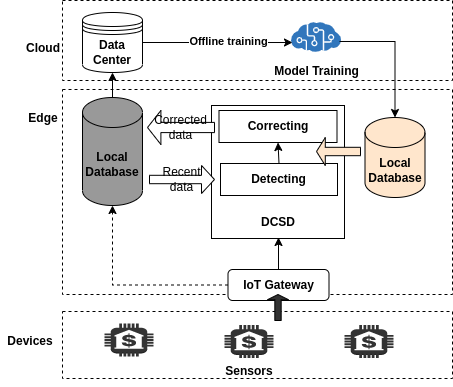
The draw.io diagram SRC/figures/Untitled Diagram-initialwork.drawio.png in loglamo/lightweight_lb_edgecomputing, before a commit. Source tidied: cells renumbered, new cells last; positions are measured from the earlier drawing's top-left corner, leaving out a move shared by most shapes.
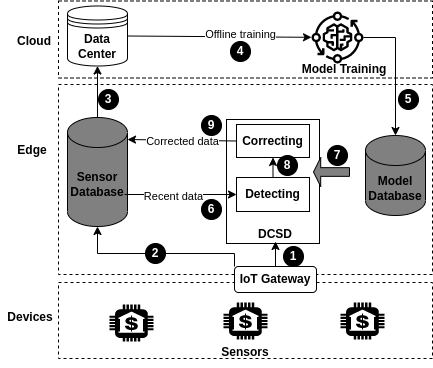
The same diagram one commit later.

The edit, as a diff of the source:
```diff
@@ -2,100 +2,137 @@
   <root>
     <mxCell id="0" />
     <mxCell id="1" parent="0" />
-    <mxCell id="2" style="rounded=0;whiteSpace=wrap;html=1;strokeColor=#000000;fillColor=#FFFFFF;gradientColor=none;dashed=1;" parent="1" vertex="1">
-      <mxGeometry x="62" width="390" height="80" as="geometry" />
-    </mxCell>
-    <mxCell id="3" style="rounded=0;whiteSpace=wrap;html=1;strokeColor=#000000;fillColor=#FFFFFF;gradientColor=none;dashed=1;" parent="1" vertex="1">
-      <mxGeometry x="62" y="89" width="390" height="205" as="geometry" />
-    </mxCell>
-    <mxCell id="4" style="rounded=0;whiteSpace=wrap;html=1;strokeColor=#000000;fillColor=#FFFFFF;gradientColor=none;dashed=1;" parent="1" vertex="1">
-      <mxGeometry x="62" y="311" width="390" height="67" as="geometry" />
-    </mxCell>
-    <mxCell id="5" value="&lt;b&gt;Data Center&lt;/b&gt;" style="shape=datastore;whiteSpace=wrap;html=1;strokeColor=#000000;fillColor=#FFFFFF;gradientColor=none;" parent="1" vertex="1">
-      <mxGeometry x="82" y="12" width="60" height="60" as="geometry" />
-    </mxCell>
-    <mxCell id="6" value="&lt;b&gt;Model Training&lt;/b&gt;" style="text;html=1;strokeColor=none;fillColor=none;align=center;verticalAlign=middle;whiteSpace=wrap;rounded=0;" parent="1" vertex="1">
-      <mxGeometry x="265.5" y="56" width="101" height="30" as="geometry" />
-    </mxCell>
+    <mxCell id="33" style="rounded=0;whiteSpace=wrap;html=1;strokeColor=#000000;fillColor=#FFFFFF;dashed=1;" parent="1" vertex="1">
+      <mxGeometry x="94" y="-16.5" width="374" height="77" as="geometry" />
+    </mxCell>
+    <mxCell id="34" style="rounded=0;whiteSpace=wrap;html=1;strokeColor=#000000;fillColor=#FFFFFF;dashed=1;" parent="1" vertex="1">
+      <mxGeometry x="94" y="265" width="374" height="76" as="geometry" />
+    </mxCell>
+    <mxCell id="35" style="rounded=0;whiteSpace=wrap;html=1;strokeColor=#000000;fillColor=#FFFFFF;dashed=1;" parent="1" vertex="1">
+      <mxGeometry x="94" y="67" width="374" height="190" as="geometry" />
+    </mxCell>
-    <mxCell id="7" value="&lt;b&gt;Cloud&lt;/b&gt;" style="text;html=1;strokeColor=none;fillColor=none;align=center;verticalAlign=middle;whiteSpace=wrap;rounded=0;" parent="1" vertex="1">
-      <mxGeometry x="13" y="33" width="60" height="30" as="geometry" />
+    <mxCell id="7" value="&lt;b&gt;Cloud&lt;/b&gt;" style="text;html=1;strokeColor=none;fillColor=none;align=center;verticalAlign=middle;whiteSpace=wrap;rounded=0;dashed=1;" parent="1" vertex="1">
+      <mxGeometry x="40" y="9" width="60" height="30" as="geometry" />
     </mxCell>
-    <mxCell id="8" value="&lt;b&gt;Edge&lt;/b&gt;" style="text;html=1;strokeColor=none;fillColor=none;align=center;verticalAlign=middle;whiteSpace=wrap;rounded=0;" parent="1" vertex="1">
-      <mxGeometry x="13" y="103" width="60" height="30" as="geometry" />
+    <mxCell id="8" value="&lt;b&gt;Edge&lt;/b&gt;" style="text;html=1;strokeColor=none;fillColor=none;align=center;verticalAlign=middle;whiteSpace=wrap;rounded=0;dashed=1;" parent="1" vertex="1">
+      <mxGeometry x="38" y="118" width="60" height="30" as="geometry" />
     </mxCell>
-    <mxCell id="9" value="&lt;b&gt;Devices&lt;/b&gt;" style="text;html=1;strokeColor=none;fillColor=none;align=center;verticalAlign=middle;whiteSpace=wrap;rounded=0;" parent="1" vertex="1">
-      <mxGeometry y="326" width="60" height="30" as="geometry" />
+    <mxCell id="9" value="&lt;b&gt;Devices&lt;/b&gt;" style="text;html=1;strokeColor=none;fillColor=none;align=center;verticalAlign=middle;whiteSpace=wrap;rounded=0;dashed=1;" parent="1" vertex="1">
+      <mxGeometry x="36" y="285" width="60" height="30" as="geometry" />
     </mxCell>
-    <mxCell id="10" value="&lt;b&gt;Local Database&lt;/b&gt;" style="shape=cylinder3;whiteSpace=wrap;html=1;boundedLbl=1;backgroundOutline=1;size=15;strokeColor=#000000;fillColor=#999999;gradientColor=none;" parent="1" vertex="1">
-      <mxGeometry x="82" y="97" width="60" height="108" as="geometry" />
-    </mxCell>
-    <mxCell id="11" style="whiteSpace=wrap;html=1;strokeColor=#000000;fillColor=#FFFFFF;gradientColor=none;" parent="1" vertex="1">
-      <mxGeometry x="211" y="105" width="133" height="133" as="geometry" />
-    </mxCell>
-    <mxCell id="12" value="&lt;b&gt;Local Database&lt;/b&gt;" style="shape=cylinder3;whiteSpace=wrap;html=1;boundedLbl=1;backgroundOutline=1;size=15;strokeColor=#000000;fillColor=#FFE6CC;gradientColor=none;" parent="1" vertex="1">
-      <mxGeometry x="364.5" y="117" width="60" height="80" as="geometry" />
-    </mxCell>
+    <mxCell id="36" value="&lt;b&gt;Sensor Database&lt;/b&gt;" style="shape=cylinder3;whiteSpace=wrap;html=1;boundedLbl=1;backgroundOutline=1;size=15;strokeColor=#000000;fillColor=#808080;" parent="1" vertex="1">
+      <mxGeometry x="103" y="100" width="60" height="109" as="geometry" />
+    </mxCell>
+    <mxCell id="37" value="&lt;b&gt;Model Database&lt;/b&gt;" style="shape=cylinder3;whiteSpace=wrap;html=1;boundedLbl=1;backgroundOutline=1;size=15;strokeColor=#000000;fillColor=#808080;" parent="1" vertex="1">
+      <mxGeometry x="401" y="118" width="60" height="80" as="geometry" />
+    </mxCell>
+    <mxCell id="5" value="&lt;b&gt;Data Center&lt;/b&gt;" style="shape=datastore;whiteSpace=wrap;html=1;strokeColor=#000000;fillColor=#FFFFFF;" parent="1" vertex="1">
+      <mxGeometry x="103" y="-11.5" width="60" height="60" as="geometry" />
+    </mxCell>
+    <mxCell id="38" style="rounded=0;whiteSpace=wrap;html=1;strokeColor=#000000;fillColor=#FFFFFF;" parent="1" vertex="1">
+      <mxGeometry x="262" y="102" width="93" height="124" as="geometry" />
+    </mxCell>
-    <mxCell id="13" value="&lt;b&gt;Correcting&lt;/b&gt;" style="rounded=0;whiteSpace=wrap;html=1;strokeColor=#000000;fillColor=#FFFFFF;gradientColor=none;" parent="1" vertex="1">
-      <mxGeometry x="218.5" y="110" width="118" height="32" as="geometry" />
+    <mxCell id="13" value="&lt;b&gt;Correcting&lt;/b&gt;" style="rounded=0;whiteSpace=wrap;html=1;strokeColor=#000000;fillColor=#FFFFFF;" parent="1" vertex="1">
+      <mxGeometry x="272" y="107" width="73" height="33" as="geometry" />
     </mxCell>
-    <mxCell id="14" value="&lt;b&gt;Detecting&lt;/b&gt;" style="rounded=0;whiteSpace=wrap;html=1;strokeColor=#000000;fillColor=#FFFFFF;gradientColor=none;" parent="1" vertex="1">
-      <mxGeometry x="220" y="163" width="117" height="32" as="geometry" />
+    <mxCell id="14" value="&lt;b&gt;Detecting&lt;/b&gt;" style="rounded=0;whiteSpace=wrap;html=1;strokeColor=#000000;fillColor=#FFFFFF;" parent="1" vertex="1">
+      <mxGeometry x="272" y="160" width="73" height="34" as="geometry" />
     </mxCell>
     <mxCell id="15" value="&lt;b&gt;DCSD&lt;/b&gt;" style="text;html=1;strokeColor=none;fillColor=none;align=center;verticalAlign=middle;whiteSpace=wrap;rounded=0;" parent="1" vertex="1">
-      <mxGeometry x="248" y="207" width="60" height="30" as="geometry" />
+      <mxGeometry x="281" y="202" width="60" height="30" as="geometry" />
     </mxCell>
-    <mxCell id="16" value="&lt;b&gt;IoT Gateway&lt;/b&gt;" style="rounded=1;whiteSpace=wrap;html=1;strokeColor=#000000;fillColor=#FFFFFF;gradientColor=none;" parent="1" vertex="1">
-      <mxGeometry x="227.5" y="269" width="101" height="31" as="geometry" />
+    <mxCell id="16" value="&lt;b&gt;IoT Gateway&lt;/b&gt;" style="rounded=1;whiteSpace=wrap;html=1;strokeColor=#000000;fillColor=#FFFFFF;" parent="1" vertex="1">
+      <mxGeometry x="270" y="249" width="82" height="26" as="geometry" />
     </mxCell>
-    <mxCell id="17" style="sketch=0;html=1;points=[];align=center;image;fontSize=12;image=img/lib/mscae/Cognitive_Services.svg;strokeColor=#000000;fillColor=#FFFFFF;gradientColor=none;imageBackground=none;" parent="1" vertex="1">
-      <mxGeometry x="291" y="22" width="50" height="30" as="geometry" />
-    </mxCell>
+    <mxCell id="39" style="dashed=0;verticalLabelPosition=bottom;verticalAlign=top;align=center;html=1;shape=mxgraph.aws3.bank;fillColor=#000000;gradientColor=none;strokeColor=#000000;" parent="1" vertex="1">
+      <mxGeometry x="145" y="287" width="44" height="37" as="geometry" />
+    </mxCell>
+    <mxCell id="40" style="dashed=0;verticalLabelPosition=bottom;verticalAlign=top;align=center;html=1;shape=mxgraph.aws3.bank;fillColor=#000000;gradientColor=none;strokeColor=#000000;" parent="1" vertex="1">
+      <mxGeometry x="259" y="285" width="44" height="37" as="geometry" />
+    </mxCell>
+    <mxCell id="41" style="dashed=0;verticalLabelPosition=bottom;verticalAlign=top;align=center;html=1;shape=mxgraph.aws3.bank;fillColor=#000000;gradientColor=none;strokeColor=#000000;" parent="1" vertex="1">
+      <mxGeometry x="376" y="285" width="44" height="37" as="geometry" />
+    </mxCell>
+    <mxCell id="42" style="sketch=0;outlineConnect=0;fontColor=#232F3E;gradientColor=none;fillColor=#000000;strokeColor=none;dashed=0;verticalLabelPosition=bottom;verticalAlign=top;align=center;html=1;fontSize=12;fontStyle=0;shape=mxgraph.aws4.iot_greengrass_component_machine_learning;" parent="1" vertex="1">
+      <mxGeometry x="347" y="-6" width="52" height="52" as="geometry" />
+    </mxCell>
+    <mxCell id="43" style="endArrow=classic;html=1;rounded=0;exitX=1;exitY=0.5;exitDx=0;exitDy=0;" parent="1" edge="1" source="5" target="42">
+      <mxGeometry relative="1" as="geometry" />
+    </mxCell>
+    <mxCell id="26" value="Offline training" style="edgeLabel;html=1;align=center;verticalAlign=middle;" parent="43" vertex="1">
+      <mxGeometry x="0.21" y="3" relative="1" as="geometry" />
+    </mxCell>
+    <mxCell id="6" value="&lt;b&gt;Model Training&lt;/b&gt;" style="text;html=1;strokeColor=none;fillColor=none;align=center;verticalAlign=middle;whiteSpace=wrap;rounded=0;" parent="1" vertex="1">
+      <mxGeometry x="333" y="37" width="94" height="30" as="geometry" />
+    </mxCell>
+    <mxCell id="44" style="endArrow=classic;html=1;rounded=0;entryX=0.5;entryY=0;entryDx=0;entryDy=0;entryPerimeter=0;edgeStyle=orthogonalEdgeStyle;" parent="1" edge="1" source="42" target="37">
+      <mxGeometry relative="1" as="geometry" />
+    </mxCell>
+    <mxCell id="45" style="shape=singleArrow;direction=west;whiteSpace=wrap;html=1;strokeColor=#000000;fillColor=#808080;" parent="1" vertex="1">
+      <mxGeometry x="349" y="140" width="36" height="29" as="geometry" />
+    </mxCell>
+    <mxCell id="46" style="endArrow=classic;html=1;rounded=0;entryX=0;entryY=0.5;entryDx=0;entryDy=0;" parent="1" edge="1" target="14">
+      <mxGeometry relative="1" as="geometry">
+        <mxPoint x="160" y="177" as="sourcePoint" />
+      </mxGeometry>
+    </mxCell>
+    <mxCell id="19" value="Recent data" style="edgeLabel;html=1;align=center;verticalAlign=middle;" parent="46" vertex="1">
+      <mxGeometry x="-0.6" y="-2" relative="1" as="geometry">
+        <mxPoint x="26" y="-1" as="offset" />
+      </mxGeometry>
+    </mxCell>
+    <mxCell id="47" style="endArrow=classic;html=1;rounded=0;exitX=0;exitY=0.5;exitDx=0;exitDy=0;entryX=1;entryY=0.202;entryDx=0;entryDy=0;entryPerimeter=0;" parent="1" edge="1" source="13" target="36">
+      <mxGeometry relative="1" as="geometry" />
+    </mxCell>
+    <mxCell id="20" value="Corrected data" style="edgeLabel;html=1;align=center;verticalAlign=middle;" parent="47" vertex="1">
+      <mxGeometry x="0.23" y="-1" relative="1" as="geometry">
+        <mxPoint x="12" y="2" as="offset" />
+      </mxGeometry>
+    </mxCell>
+    <mxCell id="30" value="&lt;b&gt;Sensors&lt;/b&gt;" style="text;html=1;strokeColor=none;fillColor=none;align=center;verticalAlign=middle;whiteSpace=wrap;rounded=0;" parent="1" vertex="1">
+      <mxGeometry x="251" y="320" width="60" height="30" as="geometry" />
+    </mxCell>
-    <mxCell id="18" style="endArrow=classic;html=1;rounded=0;entryX=0.5;entryY=1;entryDx=0;entryDy=0;exitX=0.5;exitY=0;exitDx=0;exitDy=0;" parent="1" edge="1" source="16" target="15">
+    <mxCell id="18" style="endArrow=classic;html=1;rounded=0;exitX=0.5;exitY=0;exitDx=0;exitDy=0;entryX=0.5;entryY=0.733;entryDx=0;entryDy=0;entryPerimeter=0;" parent="1" edge="1" source="16" target="15">
       <mxGeometry relative="1" as="geometry" />
     </mxCell>
-    <mxCell id="19" value="Recent data" style="shape=singleArrow;whiteSpace=wrap;html=1;strokeColor=#000000;fillColor=#FFFFFF;gradientColor=none;" parent="1" vertex="1">
-      <mxGeometry x="149" y="165" width="65" height="28" as="geometry" />
-    </mxCell>
-    <mxCell id="20" value="Corrected data" style="shape=singleArrow;direction=west;whiteSpace=wrap;html=1;strokeColor=#000000;fillColor=#FFFFFF;gradientColor=none;" parent="1" vertex="1">
-      <mxGeometry x="147" y="110" width="67" height="34" as="geometry" />
-    </mxCell>
-    <mxCell id="21" style="endArrow=classic;html=1;rounded=0;exitX=0;exitY=0.5;exitDx=0;exitDy=0;entryX=0.5;entryY=1;entryDx=0;entryDy=0;entryPerimeter=0;edgeStyle=orthogonalEdgeStyle;dashed=1;" parent="1" edge="1" source="16" target="10">
-      <mxGeometry relative="1" as="geometry" />
-    </mxCell>
-    <mxCell id="22" style="endArrow=classic;html=1;rounded=0;exitX=0.5;exitY=0;exitDx=0;exitDy=0;entryX=0.5;entryY=1;entryDx=0;entryDy=0;" parent="1" edge="1" source="14" target="13">
+    <mxCell id="22" style="endArrow=classic;html=1;rounded=0;exitX=0.5;exitY=0;exitDx=0;exitDy=0;" parent="1" edge="1" source="14" target="13">
       <mxGeometry relative="1" as="geometry" />
     </mxCell>
-    <mxCell id="23" style="shape=singleArrow;direction=west;whiteSpace=wrap;html=1;strokeColor=#000000;fillColor=#FFE6CC;gradientColor=none;" parent="1" vertex="1">
-      <mxGeometry x="316" y="137" width="44" height="28" as="geometry" />
-    </mxCell>
-    <mxCell id="24" style="endArrow=classic;html=1;rounded=0;exitX=0.5;exitY=0;exitDx=0;exitDy=0;exitPerimeter=0;entryX=0.5;entryY=1;entryDx=0;entryDy=0;" parent="1" edge="1" source="10" target="5">
-      <mxGeometry relative="1" as="geometry" />
-    </mxCell>
-    <mxCell id="25" style="endArrow=classic;html=1;rounded=0;exitX=1;exitY=0.5;exitDx=0;exitDy=0;entryX=0.02;entryY=0.667;entryDx=0;entryDy=0;entryPerimeter=0;" parent="1" edge="1" source="5" target="17">
-      <mxGeometry relative="1" as="geometry" />
-    </mxCell>
-    <mxCell id="26" value="&lt;b&gt;Offline training&lt;/b&gt;" style="edgeLabel;html=1;align=center;verticalAlign=middle;" parent="25" vertex="1">
-      <mxGeometry x="-0.23" y="-1" relative="1" as="geometry">
-        <mxPoint x="28" y="-3" as="offset" />
-      </mxGeometry>
-    </mxCell>
-    <mxCell id="27" style="dashed=0;verticalLabelPosition=bottom;verticalAlign=top;align=center;html=1;shape=mxgraph.aws3.bank;fillColor=#333333;gradientColor=none;strokeColor=#000000;" parent="1" vertex="1">
-      <mxGeometry x="104" y="323" width="49" height="33" as="geometry" />
-    </mxCell>
-    <mxCell id="28" style="dashed=0;verticalLabelPosition=bottom;verticalAlign=top;align=center;html=1;shape=mxgraph.aws3.bank;fillColor=#333333;gradientColor=none;strokeColor=#000000;" parent="1" vertex="1">
-      <mxGeometry x="224" y="324.5" width="49" height="33" as="geometry" />
-    </mxCell>
-    <mxCell id="29" style="dashed=0;verticalLabelPosition=bottom;verticalAlign=top;align=center;html=1;shape=mxgraph.aws3.bank;fillColor=#333333;gradientColor=none;strokeColor=#000000;" parent="1" vertex="1">
-      <mxGeometry x="344" y="324.5" width="49" height="33" as="geometry" />
-    </mxCell>
-    <mxCell id="30" value="&lt;b&gt;Sensors&lt;/b&gt;" style="text;html=1;strokeColor=none;fillColor=none;align=center;verticalAlign=middle;whiteSpace=wrap;rounded=0;" parent="1" vertex="1">
-      <mxGeometry x="218.5" y="356" width="60" height="30" as="geometry" />
-    </mxCell>
-    <mxCell id="31" style="shape=singleArrow;direction=north;whiteSpace=wrap;html=1;strokeColor=#000000;fillColor=#333333;gradientColor=none;" parent="1" vertex="1">
-      <mxGeometry x="267" y="294" width="21" height="26" as="geometry" />
-    </mxCell>
-    <mxCell id="32" style="endArrow=classic;html=1;rounded=0;exitX=0.96;exitY=0.633;exitDx=0;exitDy=0;exitPerimeter=0;entryX=0.5;entryY=0;entryDx=0;entryDy=0;entryPerimeter=0;edgeStyle=orthogonalEdgeStyle;" parent="1" edge="1" source="17" target="12">
-      <mxGeometry relative="1" as="geometry" />
-    </mxCell>
+    <mxCell id="48" style="endArrow=classic;html=1;rounded=0;exitX=0;exitY=0.5;exitDx=0;exitDy=0;entryX=0.5;entryY=1;entryDx=0;entryDy=0;entryPerimeter=0;edgeStyle=orthogonalEdgeStyle;startArrow=none;" parent="1" edge="1" source="51" target="36">
+      <mxGeometry relative="1" as="geometry" />
+    </mxCell>
+    <mxCell id="49" style="endArrow=classic;html=1;rounded=0;exitX=0.5;exitY=0;exitDx=0;exitDy=0;exitPerimeter=0;entryX=0.5;entryY=1;entryDx=0;entryDy=0;" parent="1" edge="1" source="36" target="5">
+      <mxGeometry relative="1" as="geometry" />
+    </mxCell>
+    <mxCell id="50" value="1" style="ellipse;whiteSpace=wrap;html=1;strokeColor=#000000;fillColor=#000000;fontColor=#FFFFFF;fontStyle=1;" parent="1" vertex="1">
+      <mxGeometry x="319" y="229" width="20" height="20" as="geometry" />
+    </mxCell>
+    <mxCell id="51" value="2" style="ellipse;whiteSpace=wrap;html=1;strokeColor=#000000;fillColor=#000000;fontColor=#FFFFFF;fontStyle=1;" parent="1" vertex="1">
+      <mxGeometry x="181" y="226" width="20" height="20" as="geometry" />
+    </mxCell>
+    <mxCell id="52" style="endArrow=none;html=1;rounded=0;exitX=0;exitY=0;exitDx=0;exitDy=0;entryX=1;entryY=0.5;entryDx=0;entryDy=0;edgeStyle=orthogonalEdgeStyle;" parent="1" edge="1" source="16" target="51">
+      <mxGeometry relative="1" as="geometry" />
+    </mxCell>
+    <mxCell id="53" value="6" style="ellipse;whiteSpace=wrap;html=1;strokeColor=#000000;fillColor=#000000;fontColor=#FFFFFF;fontStyle=1;" parent="1" vertex="1">
+      <mxGeometry x="237" y="182" width="20" height="20" as="geometry" />
+    </mxCell>
+    <mxCell id="54" value="3" style="ellipse;whiteSpace=wrap;html=1;strokeColor=#000000;fillColor=#000000;fontColor=#FFFFFF;fontStyle=1;" parent="1" vertex="1">
+      <mxGeometry x="134" y="72" width="20" height="20" as="geometry" />
+    </mxCell>
+    <mxCell id="55" value="4" style="ellipse;whiteSpace=wrap;html=1;strokeColor=#000000;fillColor=#000000;fontColor=#FFFFFF;fontStyle=1;" parent="1" vertex="1">
+      <mxGeometry x="266" y="24" width="20" height="20" as="geometry" />
+    </mxCell>
+    <mxCell id="56" value="5" style="ellipse;whiteSpace=wrap;html=1;strokeColor=#000000;fillColor=#000000;fontColor=#FFFFFF;fontStyle=1;" parent="1" vertex="1">
+      <mxGeometry x="434" y="72" width="20" height="20" as="geometry" />
+    </mxCell>
+    <mxCell id="57" value="7" style="ellipse;whiteSpace=wrap;html=1;strokeColor=#000000;fillColor=#000000;fontColor=#FFFFFF;fontStyle=1;" parent="1" vertex="1">
+      <mxGeometry x="363" y="128" width="20" height="20" as="geometry" />
+    </mxCell>
+    <mxCell id="58" value="8" style="ellipse;whiteSpace=wrap;html=1;strokeColor=#000000;fillColor=#000000;fontColor=#FFFFFF;fontStyle=1;" parent="1" vertex="1">
+      <mxGeometry x="313" y="138" width="20" height="20" as="geometry" />
+    </mxCell>
+    <mxCell id="59" value="9" style="ellipse;whiteSpace=wrap;html=1;strokeColor=#000000;fillColor=#000000;fontColor=#FFFFFF;fontStyle=1;" parent="1" vertex="1">
+      <mxGeometry x="237" y="98" width="20" height="20" as="geometry" />
+    </mxCell>
   </root>
 </mxGraphModel>
```
